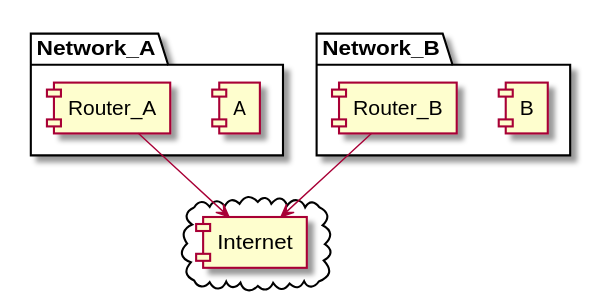
ipfs/ipfs-blog keeps this PlantUML diagram as src/assets/libp2p-hole-punching-network.svg. Above is the earlier version.
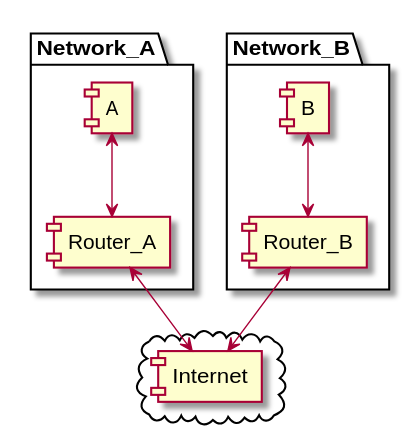
After the commit.

Commit message:
src/assets/libp2p: Update network.svg

Diff of the diagram source:
```diff
@@ -15,7 +15,9 @@
         [Router_B]
 }
 
-[Router_A] --> [Internet]
-[Router_B] --> [Internet]
+[A] <--> [Router_A]
+[B] <--> [Router_B]
+[Router_A] <--> [Internet]
+[Router_B] <--> [Internet]
 
 @enduml
```
